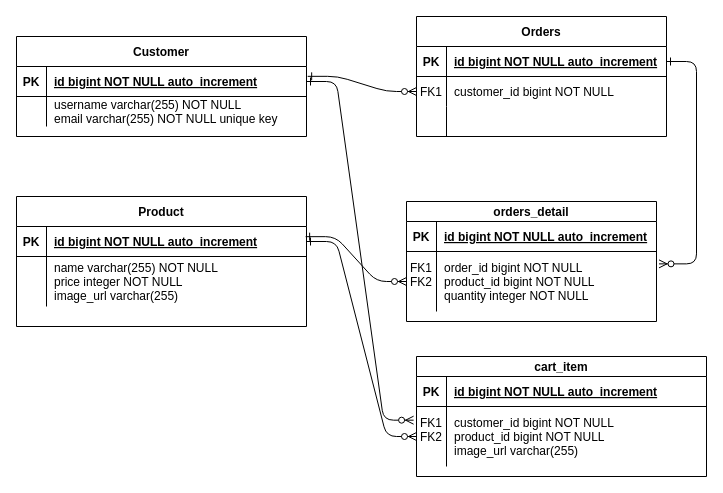
The draw.io diagram shoppingcartdiagram.drawio in woowacourse/jwp-shopping-cart, before the edit. Source tidied: cells renumbered, new cells numbered last; positions are measured from the earlier drawing's top-left corner, leaving out a move shared by most shapes. Both pictures are drawn from the tidied source at 100%, with x=0, y=0 at pixel (16, 16).
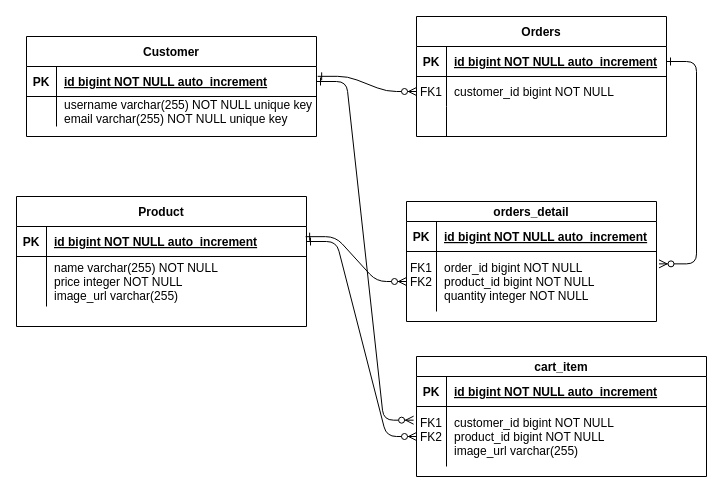
The same page after the edit.

Unchanged cells that the change refers to:
```xml
<mxCell id="18" style="shape=partialRectangle;fillColor=none;top=0;left=0;right=0;bottom=0;" parent="14" vertex="1">
  <mxGeometry y="60" width="290" height="30" as="geometry" />
</mxCell>
```

Change to the diagram source:
```diff
@@
     <mxCell id="14" value="Customer" style="shape=table;startSize=30;childLayout=tableLayout;rowLines=0;fontStyle=1;align=center;" parent="1" vertex="1">
-      <mxGeometry y="20" width="290" height="100" as="geometry" />
+      <mxGeometry x="10" y="20" width="290" height="100" as="geometry" />
     </mxCell>
@@
-    <mxCell id="20" value="username varchar(255) NOT NULL&#10;email varchar(255) NOT NULL unique key" style="shape=partialRectangle;overflow=hidden;fillColor=none;top=0;left=0;bottom=0;right=0;align=left;spacingLeft=6;" parent="18" vertex="1">
+    <mxCell id="20" value="username varchar(255) NOT NULL unique key&#10;email varchar(255) NOT NULL unique key" style="shape=partialRectangle;overflow=hidden;fillColor=none;top=0;left=0;bottom=0;right=0;align=left;spacingLeft=6;" parent="18" vertex="1">
       <mxGeometry x="30" width="260" height="30" as="geometry" />
     </mxCell>
```
